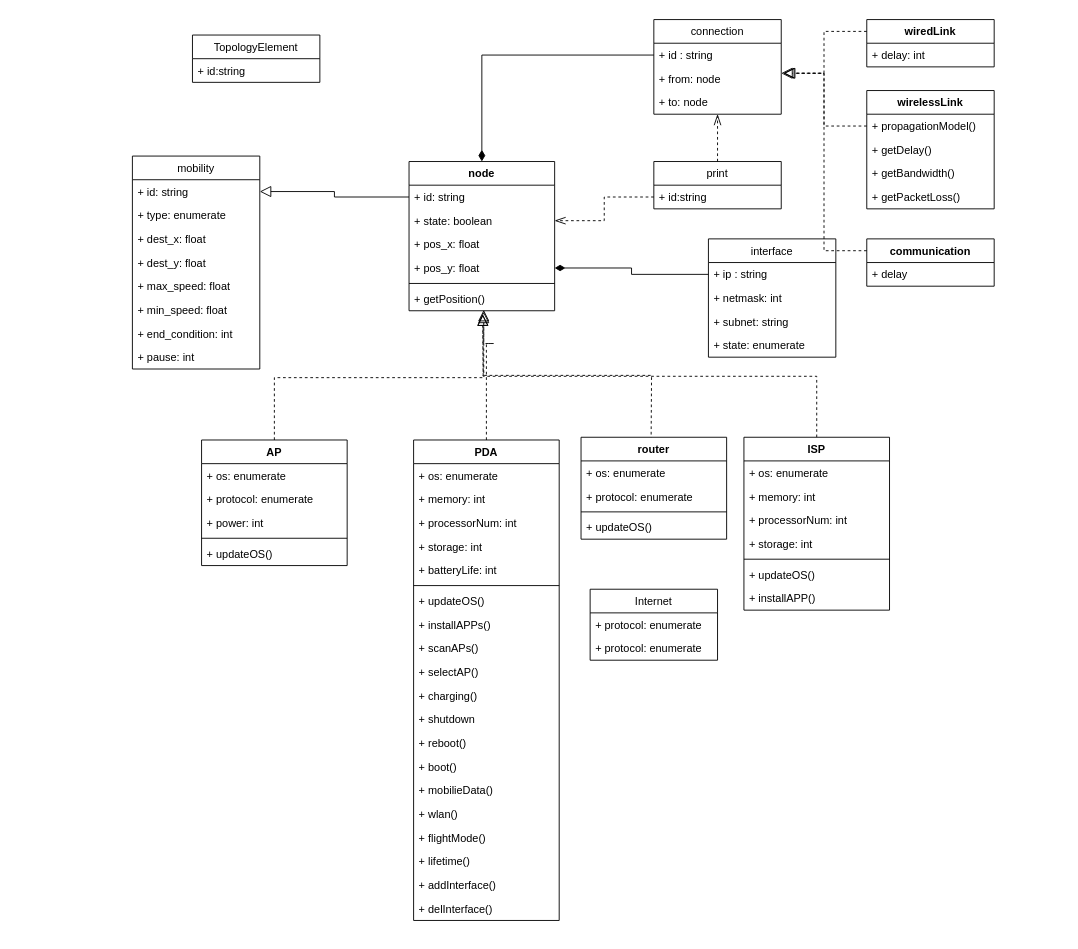
Before: page "描述语言类图" (1 of 2) of 描述语言UML类图.drawio in Icarus1994/neutron_conf, a draw.io diagram. Source tidied: cells renumbered, new cells numbered last; positions are measured from the earlier drawing's top-left corner, leaving out a move shared by most shapes. Both pictures are drawn from the tidied source at 91%, with x=0, y=0 at pixel (132, 19).
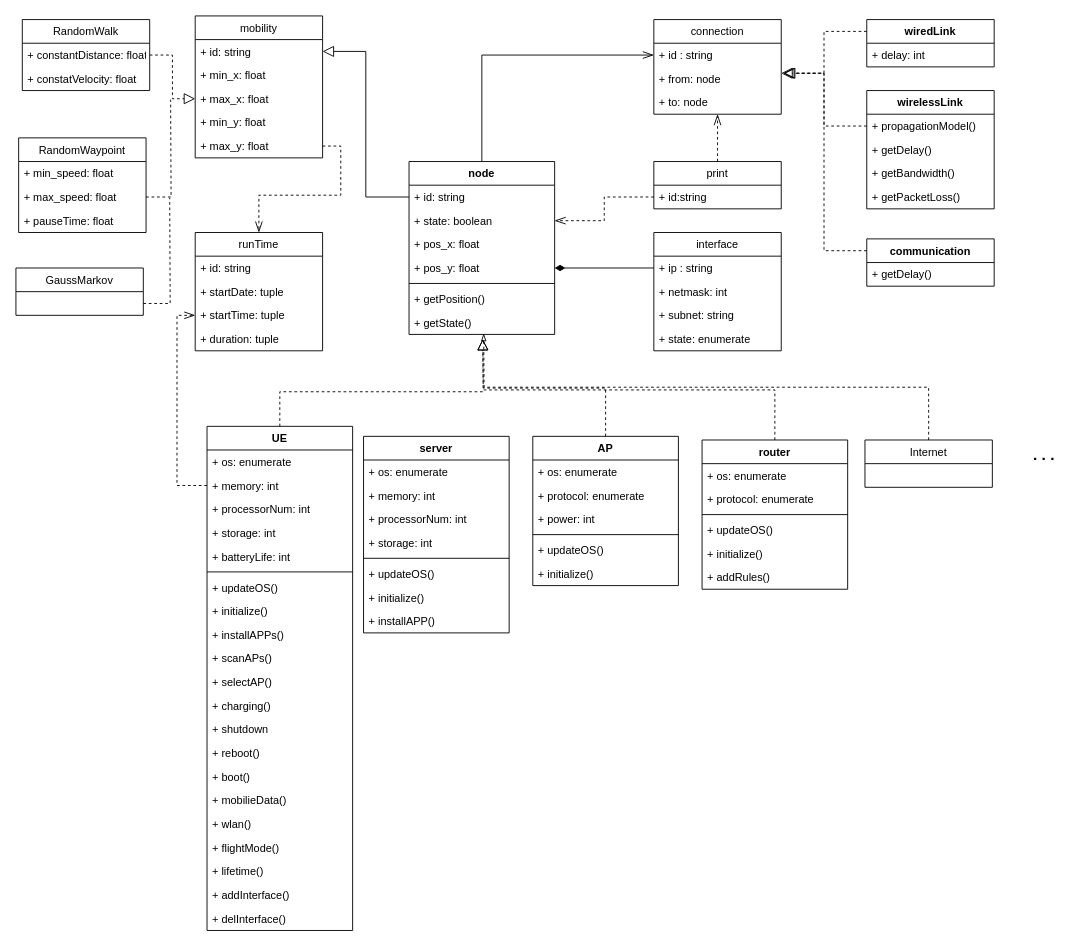
After the change.

Unchanged cells that the change refers to:
```xml
<mxCell id="17" value="+ getPosition()" style="text;strokeColor=none;fillColor=none;align=left;verticalAlign=top;spacingLeft=4;spacingRight=4;overflow=hidden;points=[[0,0.5],[1,0.5]];portConstraint=eastwest;" parent="11" vertex="1">
  <mxGeometry y="138" width="160" height="26" as="geometry" />
</mxCell>
<mxCell id="30" value="+ memory: int" style="text;strokeColor=none;fillColor=none;align=left;verticalAlign=top;spacingLeft=4;spacingRight=4;overflow=hidden;points=[[0,0.5],[1,0.5]];portConstraint=eastwest;" parent="28" vertex="1">
  <mxGeometry y="52" width="160" height="26" as="geometry" />
</mxCell>
<mxCell id="57" value="+ id : string" style="text;strokeColor=none;fillColor=none;align=left;verticalAlign=top;spacingLeft=4;spacingRight=4;overflow=hidden;points=[[0,0.5],[1,0.5]];portConstraint=eastwest;" parent="56" vertex="1">
  <mxGeometry y="26" width="140" height="26" as="geometry" />
</mxCell>
<mxCell id="72" value="communication" style="swimlane;fontStyle=1;horizontal=1;startSize=26;fillColor=none;" parent="1" vertex="1">
  <mxGeometry x="807" y="241" width="140" height="52" as="geometry" />
</mxCell>
```

The edit, as a diff of the source:
```diff
@@
     <mxCell id="2" value="mobility" style="swimlane;fontStyle=0;horizontal=1;startSize=26;fillColor=none;" parent="1" vertex="1">
-      <mxGeometry y="150" width="140" height="234" as="geometry" />
+      <mxGeometry x="69" y="-4" width="140" height="156" as="geometry" />
     </mxCell>
@@
-    <mxCell id="4" value="+ type: enumerate" style="text;strokeColor=none;fillColor=none;align=left;verticalAlign=top;spacingLeft=4;spacingRight=4;overflow=hidden;" parent="2" vertex="1">
-      <mxGeometry y="52" width="140" height="26" as="geometry" />
-    </mxCell>
-    <mxCell id="5" value="+ dest_x: float" style="text;strokeColor=none;fillColor=none;align=left;verticalAlign=top;spacingLeft=4;spacingRight=4;overflow=hidden;" parent="2" vertex="1">
-      <mxGeometry y="78" width="140" height="26" as="geometry" />
-    </mxCell>
-    <mxCell id="6" value="+ dest_y: float" style="text;strokeColor=none;fillColor=none;align=left;verticalAlign=top;spacingLeft=4;spacingRight=4;overflow=hidden;" parent="2" vertex="1">
-      <mxGeometry y="104" width="140" height="26" as="geometry" />
-    </mxCell>
-    <mxCell id="7" value="+ max_speed: float" style="text;strokeColor=none;fillColor=none;align=left;verticalAlign=top;spacingLeft=4;spacingRight=4;overflow=hidden;" parent="2" vertex="1">
-      <mxGeometry y="130" width="140" height="26" as="geometry" />
+    <mxCell id="7" value="+ min_x: float" style="text;strokeColor=none;fillColor=none;align=left;verticalAlign=top;spacingLeft=4;spacingRight=4;overflow=hidden;" parent="2" vertex="1">
+      <mxGeometry y="52" width="140" height="26" as="geometry" />
     </mxCell>
-    <mxCell id="8" value="+ min_speed: float" style="text;strokeColor=none;fillColor=none;align=left;verticalAlign=top;spacingLeft=4;spacingRight=4;overflow=hidden;points=[[0,0.5],[1,0.5]];portConstraint=eastwest;" parent="2" vertex="1">
-      <mxGeometry y="156" width="140" height="26" as="geometry" />
+    <mxCell id="8" value="+ max_x: float" style="text;strokeColor=none;fillColor=none;align=left;verticalAlign=top;spacingLeft=4;spacingRight=4;overflow=hidden;points=[[0,0.5],[1,0.5]];portConstraint=eastwest;" parent="2" vertex="1">
+      <mxGeometry y="78" width="140" height="26" as="geometry" />
     </mxCell>
-    <mxCell id="9" value="+ end_condition: int" style="text;strokeColor=none;fillColor=none;align=left;verticalAlign=top;spacingLeft=4;spacingRight=4;overflow=hidden;" parent="2" vertex="1">
-      <mxGeometry y="182" width="140" height="26" as="geometry" />
+    <mxCell id="9" value="+ min_y: float" style="text;strokeColor=none;fillColor=none;align=left;verticalAlign=top;spacingLeft=4;spacingRight=4;overflow=hidden;" parent="2" vertex="1">
+      <mxGeometry y="104" width="140" height="26" as="geometry" />
     </mxCell>
-    <mxCell id="10" value="+ pause: int" style="text;strokeColor=none;fillColor=none;align=left;verticalAlign=top;spacingLeft=4;spacingRight=4;overflow=hidden;points=[[0,0.5],[1,0.5]];portConstraint=eastwest;" parent="2" vertex="1">
-      <mxGeometry y="208" width="140" height="26" as="geometry" />
+    <mxCell id="10" value="+ max_y: float" style="text;strokeColor=none;fillColor=none;align=left;verticalAlign=top;spacingLeft=4;spacingRight=4;overflow=hidden;points=[[0,0.5],[1,0.5]];portConstraint=eastwest;" parent="2" vertex="1">
+      <mxGeometry y="130" width="140" height="26" as="geometry" />
     </mxCell>
+    <mxCell id="95" style="edgeStyle=orthogonalEdgeStyle;rounded=0;jettySize=auto;html=1;exitX=0.5;exitY=0;exitDx=0;exitDy=0;entryX=0;entryY=0.5;entryDx=0;entryDy=0;endArrow=openThin;endFill=0;endSize=10;" parent="1" edge="1" source="11" target="57">
+      <mxGeometry relative="1" as="geometry" />
+    </mxCell>
     <mxCell id="11" value="node" style="swimlane;fontStyle=1;align=center;verticalAlign=top;horizontal=1;startSize=26;" parent="1" vertex="1">
-      <mxGeometry x="304" y="156" width="160" height="164" as="geometry" />
+      <mxGeometry x="304" y="156" width="160" height="190" as="geometry" />
     </mxCell>
@@
+    <mxCell id="96" value="+ getState()" style="text;strokeColor=none;fillColor=none;align=left;verticalAlign=top;spacingLeft=4;spacingRight=4;overflow=hidden;" parent="11" vertex="1">
+      <mxGeometry y="164" width="160" height="26" as="geometry" />
+    </mxCell>
     <mxCell id="18" value="interface" style="swimlane;fontStyle=0;horizontal=1;startSize=26;fillColor=none;" parent="1" vertex="1">
-      <mxGeometry x="633" y="241" width="140" height="130" as="geometry" />
+      <mxGeometry x="573" y="234" width="140" height="130" as="geometry" />
     </mxCell>
@@
-    <mxCell id="24" style="edgeStyle=orthogonalEdgeStyle;rounded=0;jettySize=auto;html=1;exitX=0.5;exitY=0;exitDx=0;exitDy=0;endArrow=block;endFill=0;endSize=10;strokeWidth=1;dashed=1;entryX=0.513;entryY=1.038;entryDx=0;entryDy=0;entryPerimeter=0;" parent="1" edge="1" target="17">
-      <mxGeometry relative="1" as="geometry">
-        <mxPoint x="570" y="462" as="sourcePoint" />
-      </mxGeometry>
-    </mxCell>
-    <mxCell id="25" value="TopologyElement" style="swimlane;fontStyle=0;horizontal=1;startSize=26;fillColor=none;" parent="1" vertex="1">
-      <mxGeometry x="66" y="17" width="140" height="52" as="geometry" />
-    </mxCell>
-    <mxCell id="26" value="+ id:string" style="text;strokeColor=none;fillColor=none;align=left;verticalAlign=top;spacingLeft=4;spacingRight=4;overflow=hidden;" parent="25" vertex="1">
-      <mxGeometry y="26" width="140" height="26" as="geometry" />
-    </mxCell>
-    <mxCell id="27" style="edgeStyle=orthogonalEdgeStyle;rounded=0;jettySize=auto;html=1;exitX=0.5;exitY=0;exitDx=0;exitDy=0;entryX=0.513;entryY=0.962;entryDx=0;entryDy=0;entryPerimeter=0;endArrow=block;endFill=0;dashed=1;endSize=10;" parent="1" edge="1" source="28" target="17">
-      <mxGeometry relative="1" as="geometry">
-        <Array as="points">
-          <mxPoint x="397" y="356" />
-          <mxPoint x="452" y="356" />
-        </Array>
-      </mxGeometry>
-    </mxCell>
+    <mxCell id="97" style="edgeStyle=orthogonalEdgeStyle;rounded=0;jettySize=auto;html=1;exitX=0.5;exitY=0;exitDx=0;exitDy=0;dashed=1;endArrow=none;endFill=0;endSize=10;" parent="1" edge="1" source="28">
+      <mxGeometry relative="1" as="geometry">
+        <mxPoint x="386" y="409" as="targetPoint" />
+        <Array as="points">
+          <mxPoint x="162" y="409" />
+        </Array>
+      </mxGeometry>
+    </mxCell>
-    <mxCell id="28" value="PDA" style="swimlane;fontStyle=1;align=center;verticalAlign=top;horizontal=1;startSize=26;" parent="1" vertex="1">
-      <mxGeometry x="309" y="462" width="160" height="528" as="geometry" />
+    <mxCell id="28" value="UE" style="swimlane;fontStyle=1;align=center;verticalAlign=top;horizontal=1;startSize=26;" parent="1" vertex="1">
+      <mxGeometry x="82" y="447" width="160" height="554" as="geometry" />
     </mxCell>
@@
+    <mxCell id="98" value="+ initialize()" style="text;strokeColor=none;fillColor=none;align=left;verticalAlign=top;spacingLeft=4;spacingRight=4;overflow=hidden;" parent="28" vertex="1">
+      <mxGeometry y="190" width="160" height="26" as="geometry" />
+    </mxCell>
     <mxCell id="36" value="+ installAPPs()" style="text;strokeColor=none;fillColor=none;align=left;verticalAlign=top;spacingLeft=4;spacingRight=4;overflow=hidden;" parent="28" vertex="1">
-      <mxGeometry y="190" width="160" height="26" as="geometry" />
+      <mxGeometry y="216" width="160" height="26" as="geometry" />
     </mxCell>
     <mxCell id="37" value="+ scanAPs()" style="text;strokeColor=none;fillColor=none;align=left;verticalAlign=top;spacingLeft=4;spacingRight=4;overflow=hidden;" parent="28" vertex="1">
-      <mxGeometry y="216" width="160" height="26" as="geometry" />
+      <mxGeometry y="242" width="160" height="26" as="geometry" />
     </mxCell>
     <mxCell id="38" value="+ selectAP()" style="text;strokeColor=none;fillColor=none;align=left;verticalAlign=top;spacingLeft=4;spacingRight=4;overflow=hidden;" parent="28" vertex="1">
-      <mxGeometry y="242" width="160" height="26" as="geometry" />
+      <mxGeometry y="268" width="160" height="26" as="geometry" />
     </mxCell>
     <mxCell id="39" value="+ charging()" style="text;strokeColor=none;fillColor=none;align=left;verticalAlign=top;spacingLeft=4;spacingRight=4;overflow=hidden;" parent="28" vertex="1">
-      <mxGeometry y="268" width="160" height="26" as="geometry" />
+      <mxGeometry y="294" width="160" height="26" as="geometry" />
     </mxCell>
     <mxCell id="40" value="+ shutdown" style="text;strokeColor=none;fillColor=none;align=left;verticalAlign=top;spacingLeft=4;spacingRight=4;overflow=hidden;" parent="28" vertex="1">
-      <mxGeometry y="294" width="160" height="26" as="geometry" />
+      <mxGeometry y="320" width="160" height="26" as="geometry" />
     </mxCell>
     <mxCell id="41" value="+ reboot()" style="text;strokeColor=none;fillColor=none;align=left;verticalAlign=top;spacingLeft=4;spacingRight=4;overflow=hidden;" parent="28" vertex="1">
-      <mxGeometry y="320" width="160" height="26" as="geometry" />
+      <mxGeometry y="346" width="160" height="26" as="geometry" />
     </mxCell>
     <mxCell id="42" value="+ boot()" style="text;strokeColor=none;fillColor=none;align=left;verticalAlign=top;spacingLeft=4;spacingRight=4;overflow=hidden;" parent="28" vertex="1">
-      <mxGeometry y="346" width="160" height="26" as="geometry" />
+      <mxGeometry y="372" width="160" height="26" as="geometry" />
     </mxCell>
     <mxCell id="43" value="+ mobilieData()" style="text;strokeColor=none;fillColor=none;align=left;verticalAlign=top;spacingLeft=4;spacingRight=4;overflow=hidden;" parent="28" vertex="1">
-      <mxGeometry y="372" width="160" height="26" as="geometry" />
+      <mxGeometry y="398" width="160" height="26" as="geometry" />
     </mxCell>
     <mxCell id="44" value="+ wlan()" style="text;strokeColor=none;fillColor=none;align=left;verticalAlign=top;spacingLeft=4;spacingRight=4;overflow=hidden;" parent="28" vertex="1">
-      <mxGeometry y="398" width="160" height="26" as="geometry" />
+      <mxGeometry y="424" width="160" height="26" as="geometry" />
     </mxCell>
     <mxCell id="45" value="+ flightMode()" style="text;strokeColor=none;fillColor=none;align=left;verticalAlign=top;spacingLeft=4;spacingRight=4;overflow=hidden;" parent="28" vertex="1">
-      <mxGeometry y="424" width="160" height="26" as="geometry" />
+      <mxGeometry y="450" width="160" height="26" as="geometry" />
     </mxCell>
     <mxCell id="46" value="+ lifetime()" style="text;strokeColor=none;fillColor=none;align=left;verticalAlign=top;spacingLeft=4;spacingRight=4;overflow=hidden;" parent="28" vertex="1">
-      <mxGeometry y="450" width="160" height="26" as="geometry" />
+      <mxGeometry y="476" width="160" height="26" as="geometry" />
     </mxCell>
     <mxCell id="47" value="+ addInterface()" style="text;strokeColor=none;fillColor=none;align=left;verticalAlign=top;spacingLeft=4;spacingRight=4;overflow=hidden;" parent="28" vertex="1">
-      <mxGeometry y="476" width="160" height="26" as="geometry" />
+      <mxGeometry y="502" width="160" height="26" as="geometry" />
     </mxCell>
     <mxCell id="48" value="+ delInterface()" style="text;strokeColor=none;fillColor=none;align=left;verticalAlign=top;spacingLeft=4;spacingRight=4;overflow=hidden;" parent="28" vertex="1">
-      <mxGeometry y="502" width="160" height="26" as="geometry" />
+      <mxGeometry y="528" width="160" height="26" as="geometry" />
     </mxCell>
     <mxCell id="49" style="edgeStyle=orthogonalEdgeStyle;rounded=0;jettySize=auto;html=1;exitX=0.5;exitY=0;exitDx=0;exitDy=0;endArrow=block;endFill=0;endSize=10;dashed=1;" parent="1" edge="1" source="50">
       <mxGeometry relative="1" as="geometry">
-        <mxPoint x="385" y="324" as="targetPoint" />
+        <mxPoint x="385" y="351" as="targetPoint" />
       </mxGeometry>
     </mxCell>
     <mxCell id="50" value="AP" style="swimlane;fontStyle=1;align=center;verticalAlign=top;horizontal=1;startSize=26;" parent="1" vertex="1">
-      <mxGeometry x="76" y="462" width="160" height="138" as="geometry" />
+      <mxGeometry x="440" y="458" width="160" height="164" as="geometry" />
     </mxCell>
@@
+    <mxCell id="99" value="+ initialize()" style="text;strokeColor=none;fillColor=none;align=left;verticalAlign=top;spacingLeft=4;spacingRight=4;overflow=hidden;" parent="50" vertex="1">
+      <mxGeometry y="138" width="160" height="26" as="geometry" />
+    </mxCell>
@@
-    <mxCell id="69" style="edgeStyle=orthogonalEdgeStyle;rounded=0;jettySize=auto;html=1;exitX=0;exitY=0.5;exitDx=0;exitDy=0;entryX=0.5;entryY=0;entryDx=0;entryDy=0;endArrow=diamondThin;endFill=1;endSize=10;" parent="1" edge="1" source="57" target="11">
-      <mxGeometry relative="1" as="geometry" />
-    </mxCell>
@@
-    <mxCell id="73" value="+ delay" style="text;strokeColor=none;fillColor=none;align=left;verticalAlign=top;spacingLeft=4;spacingRight=4;overflow=hidden;" parent="72" vertex="1">
+    <mxCell id="73" value="+ getDelay()" style="text;strokeColor=none;fillColor=none;align=left;verticalAlign=top;spacingLeft=4;spacingRight=4;overflow=hidden;" parent="72" vertex="1">
       <mxGeometry y="26" width="140" height="26" as="geometry" />
     </mxCell>
-    <mxCell id="74" style="edgeStyle=orthogonalEdgeStyle;rounded=0;jettySize=auto;html=1;exitX=0.5;exitY=0;exitDx=0;exitDy=0;dashed=1;endArrow=block;endFill=0;endSize=10;" parent="1" edge="1" source="75">
+    <mxCell id="74" style="edgeStyle=orthogonalEdgeStyle;rounded=0;jettySize=auto;html=1;exitX=0.5;exitY=0;exitDx=0;exitDy=0;dashed=1;endArrow=block;endFill=0;endSize=10;" parent="1" edge="1" source="90">
       <mxGeometry relative="1" as="geometry">
-        <mxPoint x="385" y="324" as="targetPoint" />
+        <mxPoint x="385" y="351" as="targetPoint" />
       </mxGeometry>
     </mxCell>
-    <mxCell id="75" value="ISP" style="swimlane;fontStyle=1;align=center;verticalAlign=top;horizontal=1;startSize=26;" parent="1" vertex="1">
-      <mxGeometry x="672" y="459" width="160" height="190" as="geometry" />
+    <mxCell id="75" value="server" style="swimlane;fontStyle=1;align=center;verticalAlign=top;horizontal=1;startSize=26;" parent="1" vertex="1">
+      <mxGeometry x="254" y="458" width="160" height="216" as="geometry" />
     </mxCell>
@@
+    <mxCell id="100" value="+ initialize()" style="text;strokeColor=none;fillColor=none;align=left;verticalAlign=top;spacingLeft=4;spacingRight=4;overflow=hidden;" parent="75" vertex="1">
+      <mxGeometry y="164" width="160" height="26" as="geometry" />
+    </mxCell>
     <mxCell id="82" value="+ installAPP()" style="text;strokeColor=none;fillColor=none;align=left;verticalAlign=top;spacingLeft=4;spacingRight=4;overflow=hidden;" parent="75" vertex="1">
-      <mxGeometry y="164" width="160" height="26" as="geometry" />
+      <mxGeometry y="190" width="160" height="26" as="geometry" />
     </mxCell>
@@
+    <mxCell id="101" style="edgeStyle=orthogonalEdgeStyle;rounded=0;jettySize=auto;html=1;exitX=0.5;exitY=0;exitDx=0;exitDy=0;dashed=1;endArrow=blockThin;endFill=0;" parent="1" edge="1" source="87">
+      <mxGeometry relative="1" as="geometry">
+        <mxPoint x="386" y="345" as="targetPoint" />
+      </mxGeometry>
+    </mxCell>
     <mxCell id="87" value="Internet" style="swimlane;fontStyle=0;horizontal=1;startSize=26;fillColor=none;" parent="1" vertex="1">
-      <mxGeometry x="503" y="626" width="140" height="78" as="geometry" />
+      <mxGeometry x="805" y="462" width="140" height="52" as="geometry" />
     </mxCell>
-    <mxCell id="88" value="+ protocol: enumerate" style="text;strokeColor=none;fillColor=none;align=left;verticalAlign=top;spacingLeft=4;spacingRight=4;overflow=hidden;" parent="87" vertex="1">
-      <mxGeometry y="26" width="140" height="26" as="geometry" />
-    </mxCell>
-    <mxCell id="89" value="+ protocol: enumerate" style="text;strokeColor=none;fillColor=none;align=left;verticalAlign=top;spacingLeft=4;spacingRight=4;overflow=hidden;" parent="87" vertex="1">
-      <mxGeometry y="52" width="140" height="26" as="geometry" />
-    </mxCell>
+    <mxCell id="102" value="runTime" style="swimlane;fontStyle=0;horizontal=1;startSize=26;fillColor=none;" parent="1" vertex="1">
+      <mxGeometry x="69" y="234" width="140" height="130" as="geometry" />
+    </mxCell>
+    <mxCell id="103" value="+ id: string" style="text;strokeColor=none;fillColor=none;align=left;verticalAlign=top;spacingLeft=4;spacingRight=4;overflow=hidden;" parent="102" vertex="1">
+      <mxGeometry y="26" width="140" height="26" as="geometry" />
+    </mxCell>
+    <mxCell id="104" value="+ startDate: tuple" style="text;strokeColor=none;fillColor=none;align=left;verticalAlign=top;spacingLeft=4;spacingRight=4;overflow=hidden;" parent="102" vertex="1">
+      <mxGeometry y="52" width="140" height="26" as="geometry" />
+    </mxCell>
+    <mxCell id="105" value="+ startTime: tuple" style="text;strokeColor=none;fillColor=none;align=left;verticalAlign=top;spacingLeft=4;spacingRight=4;overflow=hidden;points=[[0,0.5],[1,0.5]];portConstraint=eastwest;" parent="102" vertex="1">
+      <mxGeometry y="78" width="140" height="26" as="geometry" />
+    </mxCell>
+    <mxCell id="106" value="+ duration: tuple" style="text;strokeColor=none;fillColor=none;align=left;verticalAlign=top;spacingLeft=4;spacingRight=4;overflow=hidden;" parent="102" vertex="1">
+      <mxGeometry y="104" width="140" height="26" as="geometry" />
+    </mxCell>
     <mxCell id="90" value="router" style="swimlane;fontStyle=1;align=center;verticalAlign=top;horizontal=1;startSize=26;" parent="1" vertex="1">
-      <mxGeometry x="493" y="459" width="160" height="112" as="geometry" />
+      <mxGeometry x="626" y="462" width="160" height="164" as="geometry" />
     </mxCell>
@@
+    <mxCell id="107" value="+ initialize()" style="text;strokeColor=none;fillColor=none;align=left;verticalAlign=top;spacingLeft=4;spacingRight=4;overflow=hidden;" parent="90" vertex="1">
+      <mxGeometry y="112" width="160" height="26" as="geometry" />
+    </mxCell>
+    <mxCell id="108" value="+ addRules()" style="text;strokeColor=none;fillColor=none;align=left;verticalAlign=top;spacingLeft=4;spacingRight=4;overflow=hidden;" parent="90" vertex="1">
+      <mxGeometry y="138" width="160" height="26" as="geometry" />
+    </mxCell>
+    <mxCell id="109" value="&lt;font style=&quot;font-size: 17px&quot;&gt;&lt;b&gt;. . .&lt;/b&gt;&lt;/font&gt;" style="text;html=1;strokeColor=none;fillColor=none;align=center;verticalAlign=middle;whiteSpace=wrap;rounded=0;" parent="1" vertex="1">
+      <mxGeometry x="982" y="470" width="40" height="20" as="geometry" />
+    </mxCell>
+    <mxCell id="110" style="edgeStyle=orthogonalEdgeStyle;rounded=0;jettySize=auto;html=1;exitX=1;exitY=0.75;exitDx=0;exitDy=0;dashed=1;endArrow=none;endFill=0;endSize=10;" parent="1" edge="1" source="111">
+      <mxGeometry relative="1" as="geometry">
+        <mxPoint x="41" y="196" as="targetPoint" />
+      </mxGeometry>
+    </mxCell>
+    <mxCell id="111" value="GaussMarkov" style="swimlane;fontStyle=0;horizontal=1;startSize=26;fillColor=none;" parent="1" vertex="1">
+      <mxGeometry x="-128" y="273" width="140" height="52" as="geometry" />
+    </mxCell>
+    <mxCell id="112" value="RandomWalk" style="swimlane;fontStyle=0;horizontal=1;startSize=26;fillColor=none;" parent="1" vertex="1">
+      <mxGeometry x="-121" width="140" height="78" as="geometry" />
+    </mxCell>
+    <mxCell id="113" value="+ constantDistance: float" style="text;strokeColor=none;fillColor=none;align=left;verticalAlign=top;spacingLeft=4;spacingRight=4;overflow=hidden;points=[[0,0.5],[1,0.5]];portConstraint=eastwest;" parent="112" vertex="1">
+      <mxGeometry y="26" width="140" height="26" as="geometry" />
+    </mxCell>
+    <mxCell id="114" value="+ constatVelocity: float" style="text;strokeColor=none;fillColor=none;align=left;verticalAlign=top;spacingLeft=4;spacingRight=4;overflow=hidden;" parent="112" vertex="1">
+      <mxGeometry y="52" width="140" height="26" as="geometry" />
+    </mxCell>
+    <mxCell id="115" value="RandomWaypoint" style="swimlane;fontStyle=0;horizontal=1;startSize=26;fillColor=none;" parent="1" vertex="1">
+      <mxGeometry x="-125" y="130" width="140" height="104" as="geometry" />
+    </mxCell>
+    <mxCell id="116" value="+ min_speed: float" style="text;strokeColor=none;fillColor=none;align=left;verticalAlign=top;spacingLeft=4;spacingRight=4;overflow=hidden;" parent="115" vertex="1">
+      <mxGeometry y="26" width="140" height="26" as="geometry" />
+    </mxCell>
+    <mxCell id="117" value="+ max_speed: float" style="text;strokeColor=none;fillColor=none;align=left;verticalAlign=top;spacingLeft=4;spacingRight=4;overflow=hidden;points=[[0,0.5],[1,0.5]];portConstraint=eastwest;" parent="115" vertex="1">
+      <mxGeometry y="52" width="140" height="26" as="geometry" />
+    </mxCell>
+    <mxCell id="118" value="+ pauseTime: float" style="text;strokeColor=none;fillColor=none;align=left;verticalAlign=top;spacingLeft=4;spacingRight=4;overflow=hidden;" parent="115" vertex="1">
+      <mxGeometry y="78" width="140" height="26" as="geometry" />
+    </mxCell>
+    <mxCell id="119" style="edgeStyle=orthogonalEdgeStyle;rounded=0;jettySize=auto;html=1;exitX=1;exitY=0.5;exitDx=0;exitDy=0;entryX=0;entryY=0.5;entryDx=0;entryDy=0;dashed=1;endArrow=block;endFill=0;endSize=10;" parent="1" edge="1" source="113" target="8">
+      <mxGeometry relative="1" as="geometry" />
+    </mxCell>
+    <mxCell id="120" style="edgeStyle=orthogonalEdgeStyle;rounded=0;jettySize=auto;html=1;exitX=1;exitY=0.5;exitDx=0;exitDy=0;dashed=1;endArrow=none;endFill=0;endSize=10;" parent="1" edge="1" source="117">
+      <mxGeometry relative="1" as="geometry">
+        <mxPoint x="42" y="88" as="targetPoint" />
+      </mxGeometry>
+    </mxCell>
+    <mxCell id="121" style="edgeStyle=orthogonalEdgeStyle;rounded=0;jettySize=auto;html=1;exitX=1;exitY=0.5;exitDx=0;exitDy=0;entryX=0.5;entryY=0;entryDx=0;entryDy=0;dashed=1;endArrow=openThin;endFill=0;endSize=10;" parent="1" edge="1" source="10" target="102">
+      <mxGeometry relative="1" as="geometry" />
+    </mxCell>
+    <mxCell id="122" style="edgeStyle=orthogonalEdgeStyle;rounded=0;jettySize=auto;html=1;exitX=0;exitY=0.5;exitDx=0;exitDy=0;entryX=0;entryY=0.5;entryDx=0;entryDy=0;dashed=1;endArrow=openThin;endFill=0;endSize=10;" parent="1" edge="1" source="30" target="105">
+      <mxGeometry relative="1" as="geometry" />
+    </mxCell>
```
